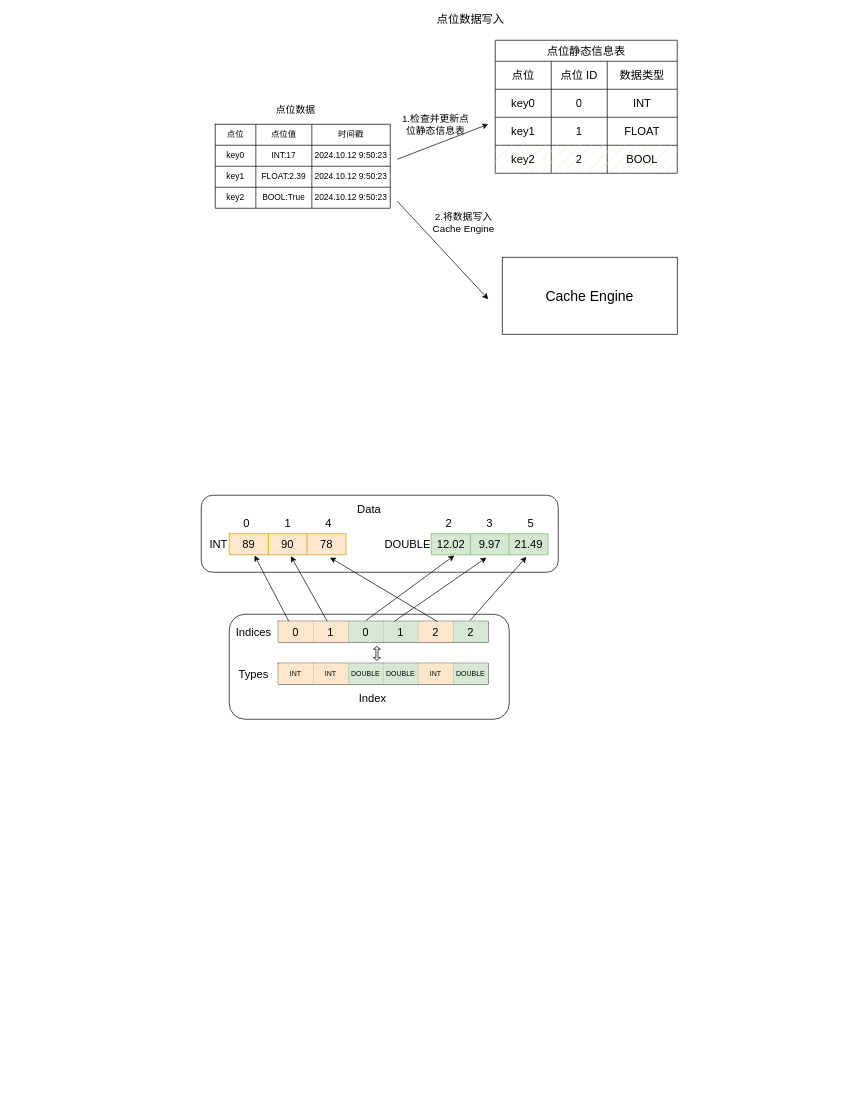
This is page "第 3 页" (3 of 3) of vectorDB.drawio from yeqiyi/drawIO, a draw.io file, before an edit. Source tidied: cells renumbered, new cells numbered last; positions are measured from the earlier drawing's top-left corner, leaving out a move shared by most shapes. Both pictures are drawn from the tidied source at 70%, with x=0, y=0 at pixel (201, 12).
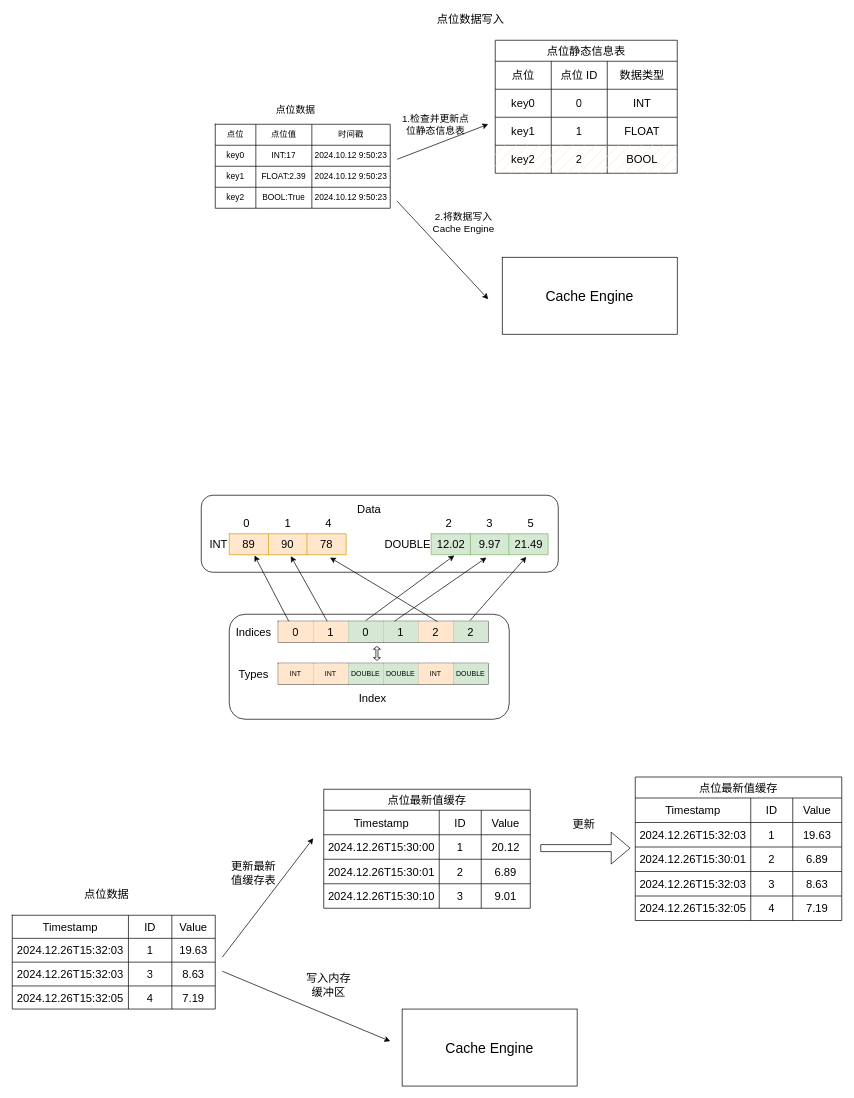
After the change.

Diff of the diagram source:
```diff
@@
+    <mxCell id="91" value="点位最新值缓存" style="shape=table;startSize=30;childLayout=tableLayout;strokeColor=default;fontSize=16;" parent="1" vertex="1">
+      <mxGeometry x="175" y="1110" width="295" height="170" as="geometry" />
+    </mxCell>
+    <mxCell id="92" style="shape=tableRow;horizontal=0;startSize=0;swimlaneHead=0;swimlaneBody=0;strokeColor=inherit;top=0;left=0;bottom=0;right=0;fillColor=none;fontSize=16;" parent="91" vertex="1">
+      <mxGeometry y="30" width="295" height="35" as="geometry" />
+    </mxCell>
+    <mxCell id="93" value="Timestamp" style="shape=partialRectangle;html=1;whiteSpace=wrap;strokeColor=inherit;overflow=hidden;fillColor=none;top=0;left=0;bottom=0;right=0;fontSize=16;" parent="92" vertex="1">
+      <mxGeometry width="165" height="35" as="geometry" />
+    </mxCell>
+    <mxCell id="94" value="ID" style="shape=partialRectangle;html=1;whiteSpace=wrap;strokeColor=inherit;overflow=hidden;fillColor=none;top=0;left=0;bottom=0;right=0;fontSize=16;" parent="92" vertex="1">
+      <mxGeometry x="165" width="60" height="35" as="geometry" />
+    </mxCell>
+    <mxCell id="95" value="Value" style="shape=partialRectangle;html=1;whiteSpace=wrap;strokeColor=inherit;overflow=hidden;fillColor=none;top=0;left=0;bottom=0;right=0;fontSize=16;" parent="92" vertex="1">
+      <mxGeometry x="225" width="70" height="35" as="geometry" />
+    </mxCell>
+    <mxCell id="96" style="shape=tableRow;horizontal=0;startSize=0;swimlaneHead=0;swimlaneBody=0;strokeColor=inherit;top=0;left=0;bottom=0;right=0;fillColor=none;fontSize=16;" parent="91" vertex="1">
+      <mxGeometry y="65" width="295" height="35" as="geometry" />
+    </mxCell>
+    <mxCell id="97" value="2024.12.26T15:30:00" style="shape=partialRectangle;html=1;whiteSpace=wrap;strokeColor=inherit;overflow=hidden;fillColor=none;top=0;left=0;bottom=0;right=0;fontSize=16;" parent="96" vertex="1">
+      <mxGeometry width="165" height="35" as="geometry" />
+    </mxCell>
+    <mxCell id="98" value="1" style="shape=partialRectangle;html=1;whiteSpace=wrap;strokeColor=inherit;overflow=hidden;fillColor=none;top=0;left=0;bottom=0;right=0;fontSize=16;" parent="96" vertex="1">
+      <mxGeometry x="165" width="60" height="35" as="geometry" />
+    </mxCell>
+    <mxCell id="99" value="20.12" style="shape=partialRectangle;html=1;whiteSpace=wrap;strokeColor=inherit;overflow=hidden;fillColor=none;top=0;left=0;bottom=0;right=0;fontSize=16;" parent="96" vertex="1">
+      <mxGeometry x="225" width="70" height="35" as="geometry" />
+    </mxCell>
+    <mxCell id="100" style="shape=tableRow;horizontal=0;startSize=0;swimlaneHead=0;swimlaneBody=0;strokeColor=inherit;top=0;left=0;bottom=0;right=0;fillColor=none;fontSize=16;" parent="91" vertex="1">
+      <mxGeometry y="100" width="295" height="35" as="geometry" />
+    </mxCell>
+    <mxCell id="101" value="2024.12.26T15:30:01" style="shape=partialRectangle;html=1;whiteSpace=wrap;strokeColor=inherit;overflow=hidden;fillColor=none;top=0;left=0;bottom=0;right=0;fontSize=16;" parent="100" vertex="1">
+      <mxGeometry width="165" height="35" as="geometry" />
+    </mxCell>
+    <mxCell id="102" value="2" style="shape=partialRectangle;html=1;whiteSpace=wrap;strokeColor=inherit;overflow=hidden;fillColor=none;top=0;left=0;bottom=0;right=0;fontSize=16;" parent="100" vertex="1">
+      <mxGeometry x="165" width="60" height="35" as="geometry" />
+    </mxCell>
+    <mxCell id="103" value="6.89" style="shape=partialRectangle;html=1;whiteSpace=wrap;strokeColor=inherit;overflow=hidden;fillColor=none;top=0;left=0;bottom=0;right=0;fontSize=16;" parent="100" vertex="1">
+      <mxGeometry x="225" width="70" height="35" as="geometry" />
+    </mxCell>
+    <mxCell id="104" style="shape=tableRow;horizontal=0;startSize=0;swimlaneHead=0;swimlaneBody=0;strokeColor=inherit;top=0;left=0;bottom=0;right=0;fillColor=none;fontSize=16;" parent="91" vertex="1">
+      <mxGeometry y="135" width="295" height="35" as="geometry" />
+    </mxCell>
+    <mxCell id="105" value="2024.12.26T15:30:10" style="shape=partialRectangle;html=1;whiteSpace=wrap;strokeColor=inherit;overflow=hidden;fillColor=none;top=0;left=0;bottom=0;right=0;fontSize=16;" parent="104" vertex="1">
+      <mxGeometry width="165" height="35" as="geometry" />
+    </mxCell>
+    <mxCell id="106" value="3" style="shape=partialRectangle;html=1;whiteSpace=wrap;strokeColor=inherit;overflow=hidden;fillColor=none;top=0;left=0;bottom=0;right=0;fontSize=16;" parent="104" vertex="1">
+      <mxGeometry x="165" width="60" height="35" as="geometry" />
+    </mxCell>
+    <mxCell id="107" value="9.01" style="shape=partialRectangle;html=1;whiteSpace=wrap;strokeColor=inherit;overflow=hidden;fillColor=none;top=0;left=0;bottom=0;right=0;fontSize=16;" parent="104" vertex="1">
+      <mxGeometry x="225" width="70" height="35" as="geometry" />
+    </mxCell>
+    <mxCell id="108" style="shape=table;startSize=0;childLayout=tableLayout;fontSize=16;" parent="1" vertex="1">
+      <mxGeometry x="-270" y="1290" width="290" height="134" as="geometry" />
+    </mxCell>
+    <mxCell id="109" style="shape=tableRow;horizontal=0;startSize=0;swimlaneHead=0;swimlaneBody=0;strokeColor=inherit;top=0;left=0;bottom=0;right=0;fillColor=none;fontSize=16;" parent="108" vertex="1">
+      <mxGeometry width="290" height="33" as="geometry" />
+    </mxCell>
+    <mxCell id="110" value="Timestamp" style="shape=partialRectangle;html=1;whiteSpace=wrap;strokeColor=inherit;overflow=hidden;fillColor=none;top=0;left=0;bottom=0;right=0;fontSize=16;" parent="109" vertex="1">
+      <mxGeometry width="166" height="33" as="geometry" />
+    </mxCell>
+    <mxCell id="111" value="ID" style="shape=partialRectangle;html=1;whiteSpace=wrap;strokeColor=inherit;overflow=hidden;fillColor=none;top=0;left=0;bottom=0;right=0;fontSize=16;" parent="109" vertex="1">
+      <mxGeometry x="166" width="62" height="33" as="geometry" />
+    </mxCell>
+    <mxCell id="112" value="Value" style="shape=partialRectangle;html=1;whiteSpace=wrap;strokeColor=inherit;overflow=hidden;fillColor=none;top=0;left=0;bottom=0;right=0;fontSize=16;" parent="109" vertex="1">
+      <mxGeometry x="228" width="62" height="33" as="geometry" />
+    </mxCell>
+    <mxCell id="113" style="shape=tableRow;horizontal=0;startSize=0;swimlaneHead=0;swimlaneBody=0;strokeColor=inherit;top=0;left=0;bottom=0;right=0;fillColor=none;fontSize=16;" parent="108" vertex="1">
+      <mxGeometry y="33" width="290" height="34" as="geometry" />
+    </mxCell>
+    <mxCell id="114" value="2024.12.26T15:32:03" style="shape=partialRectangle;html=1;whiteSpace=wrap;strokeColor=inherit;overflow=hidden;fillColor=none;top=0;left=0;bottom=0;right=0;fontSize=16;" parent="113" vertex="1">
+      <mxGeometry width="166" height="34" as="geometry" />
+    </mxCell>
+    <mxCell id="115" value="1" style="shape=partialRectangle;html=1;whiteSpace=wrap;strokeColor=inherit;overflow=hidden;fillColor=none;top=0;left=0;bottom=0;right=0;fontSize=16;" parent="113" vertex="1">
+      <mxGeometry x="166" width="62" height="34" as="geometry" />
+    </mxCell>
+    <mxCell id="116" value="19.63" style="shape=partialRectangle;html=1;whiteSpace=wrap;strokeColor=inherit;overflow=hidden;fillColor=none;top=0;left=0;bottom=0;right=0;fontSize=16;" parent="113" vertex="1">
+      <mxGeometry x="228" width="62" height="34" as="geometry" />
+    </mxCell>
+    <mxCell id="117" style="shape=tableRow;horizontal=0;startSize=0;swimlaneHead=0;swimlaneBody=0;strokeColor=inherit;top=0;left=0;bottom=0;right=0;fillColor=none;fontSize=16;" parent="108" vertex="1">
+      <mxGeometry y="67" width="290" height="34" as="geometry" />
+    </mxCell>
+    <mxCell id="118" value="2024.12.26T15:32:03" style="shape=partialRectangle;html=1;whiteSpace=wrap;strokeColor=inherit;overflow=hidden;fillColor=none;top=0;left=0;bottom=0;right=0;fontSize=16;" parent="117" vertex="1">
+      <mxGeometry width="166" height="34" as="geometry" />
+    </mxCell>
+    <mxCell id="119" value="3" style="shape=partialRectangle;html=1;whiteSpace=wrap;strokeColor=inherit;overflow=hidden;fillColor=none;top=0;left=0;bottom=0;right=0;fontSize=16;" parent="117" vertex="1">
+      <mxGeometry x="166" width="62" height="34" as="geometry" />
+    </mxCell>
+    <mxCell id="120" value="8.63" style="shape=partialRectangle;html=1;whiteSpace=wrap;strokeColor=inherit;overflow=hidden;fillColor=none;top=0;left=0;bottom=0;right=0;fontSize=16;" parent="117" vertex="1">
+      <mxGeometry x="228" width="62" height="34" as="geometry" />
+    </mxCell>
+    <mxCell id="121" style="shape=tableRow;horizontal=0;startSize=0;swimlaneHead=0;swimlaneBody=0;strokeColor=inherit;top=0;left=0;bottom=0;right=0;fillColor=none;fontSize=16;" parent="108" vertex="1">
+      <mxGeometry y="101" width="290" height="33" as="geometry" />
+    </mxCell>
+    <mxCell id="122" value="2024.12.26T15:32:05" style="shape=partialRectangle;html=1;whiteSpace=wrap;strokeColor=inherit;overflow=hidden;fillColor=none;top=0;left=0;bottom=0;right=0;fontSize=16;" parent="121" vertex="1">
+      <mxGeometry width="166" height="33" as="geometry" />
+    </mxCell>
+    <mxCell id="123" value="4" style="shape=partialRectangle;html=1;whiteSpace=wrap;strokeColor=inherit;overflow=hidden;fillColor=none;top=0;left=0;bottom=0;right=0;fontSize=16;" parent="121" vertex="1">
+      <mxGeometry x="166" width="62" height="33" as="geometry" />
+    </mxCell>
+    <mxCell id="124" value="7.19" style="shape=partialRectangle;html=1;whiteSpace=wrap;strokeColor=inherit;overflow=hidden;fillColor=none;top=0;left=0;bottom=0;right=0;fontSize=16;" parent="121" vertex="1">
+      <mxGeometry x="228" width="62" height="33" as="geometry" />
+    </mxCell>
+    <mxCell id="125" value="更新最新值缓存表" style="text;html=1;align=center;verticalAlign=middle;whiteSpace=wrap;rounded=0;fontSize=16;" parent="1" vertex="1">
+      <mxGeometry x="40" y="1220" width="70" height="20" as="geometry" />
+    </mxCell>
+    <mxCell id="126" style="shape=flexArrow;endArrow=classic;html=1;rounded=0;endWidth=34.54545454545454;endSize=8.636363636363635;" parent="1" edge="1">
+      <mxGeometry relative="1" as="geometry">
+        <mxPoint x="484.5" y="1194.1" as="sourcePoint" />
+        <mxPoint x="613.1" y="1194.1" as="targetPoint" />
+      </mxGeometry>
+    </mxCell>
+    <mxCell id="127" style="endArrow=classic;html=1;rounded=0;" parent="1" edge="1">
+      <mxGeometry relative="1" as="geometry">
+        <mxPoint x="30" y="1350" as="sourcePoint" />
+        <mxPoint x="160" y="1180" as="targetPoint" />
+      </mxGeometry>
+    </mxCell>
+    <mxCell id="128" value="更新" style="text;html=1;align=center;verticalAlign=middle;whiteSpace=wrap;rounded=0;fontSize=16;" parent="1" vertex="1">
+      <mxGeometry x="510" y="1150" width="74" height="20" as="geometry" />
+    </mxCell>
+    <mxCell id="129" value="点位最新值缓存" style="shape=table;startSize=30;childLayout=tableLayout;strokeColor=default;fontSize=16;" parent="1" vertex="1">
+      <mxGeometry x="620" y="1092.5" width="295" height="205" as="geometry" />
+    </mxCell>
+    <mxCell id="130" style="shape=tableRow;horizontal=0;startSize=0;swimlaneHead=0;swimlaneBody=0;strokeColor=inherit;top=0;left=0;bottom=0;right=0;fillColor=none;fontSize=16;" parent="129" vertex="1">
+      <mxGeometry y="30" width="295" height="35" as="geometry" />
+    </mxCell>
+    <mxCell id="131" value="Timestamp" style="shape=partialRectangle;html=1;whiteSpace=wrap;strokeColor=inherit;overflow=hidden;fillColor=none;top=0;left=0;bottom=0;right=0;fontSize=16;" parent="130" vertex="1">
+      <mxGeometry width="165" height="35" as="geometry" />
+    </mxCell>
+    <mxCell id="132" value="ID" style="shape=partialRectangle;html=1;whiteSpace=wrap;strokeColor=inherit;overflow=hidden;fillColor=none;top=0;left=0;bottom=0;right=0;fontSize=16;" parent="130" vertex="1">
+      <mxGeometry x="165" width="60" height="35" as="geometry" />
+    </mxCell>
+    <mxCell id="133" value="Value" style="shape=partialRectangle;html=1;whiteSpace=wrap;strokeColor=inherit;overflow=hidden;fillColor=none;top=0;left=0;bottom=0;right=0;fontSize=16;" parent="130" vertex="1">
+      <mxGeometry x="225" width="70" height="35" as="geometry" />
+    </mxCell>
+    <mxCell id="134" style="shape=tableRow;horizontal=0;startSize=0;swimlaneHead=0;swimlaneBody=0;strokeColor=inherit;top=0;left=0;bottom=0;right=0;fillColor=none;fontSize=16;" parent="129" vertex="1">
+      <mxGeometry y="65" width="295" height="35" as="geometry" />
+    </mxCell>
+    <mxCell id="135" value="2024.12.26T15:32:03" style="shape=partialRectangle;html=1;whiteSpace=wrap;strokeColor=inherit;overflow=hidden;fillColor=none;top=0;left=0;bottom=0;right=0;fontSize=16;" parent="134" vertex="1">
+      <mxGeometry width="165" height="35" as="geometry" />
+    </mxCell>
+    <mxCell id="136" value="1" style="shape=partialRectangle;html=1;whiteSpace=wrap;strokeColor=inherit;overflow=hidden;fillColor=none;top=0;left=0;bottom=0;right=0;fontSize=16;" parent="134" vertex="1">
+      <mxGeometry x="165" width="60" height="35" as="geometry" />
+    </mxCell>
+    <mxCell id="137" value="19.63" style="shape=partialRectangle;html=1;whiteSpace=wrap;strokeColor=inherit;overflow=hidden;fillColor=none;top=0;left=0;bottom=0;right=0;fontSize=16;" parent="134" vertex="1">
+      <mxGeometry x="225" width="70" height="35" as="geometry" />
+    </mxCell>
+    <mxCell id="138" style="shape=tableRow;horizontal=0;startSize=0;swimlaneHead=0;swimlaneBody=0;strokeColor=inherit;top=0;left=0;bottom=0;right=0;fillColor=none;fontSize=16;" parent="129" vertex="1">
+      <mxGeometry y="100" width="295" height="35" as="geometry" />
+    </mxCell>
+    <mxCell id="139" value="2024.12.26T15:30:01" style="shape=partialRectangle;html=1;whiteSpace=wrap;strokeColor=inherit;overflow=hidden;fillColor=none;top=0;left=0;bottom=0;right=0;fontSize=16;" parent="138" vertex="1">
+      <mxGeometry width="165" height="35" as="geometry" />
+    </mxCell>
+    <mxCell id="140" value="2" style="shape=partialRectangle;html=1;whiteSpace=wrap;strokeColor=inherit;overflow=hidden;fillColor=none;top=0;left=0;bottom=0;right=0;fontSize=16;" parent="138" vertex="1">
+      <mxGeometry x="165" width="60" height="35" as="geometry" />
+    </mxCell>
+    <mxCell id="141" value="6.89" style="shape=partialRectangle;html=1;whiteSpace=wrap;strokeColor=inherit;overflow=hidden;fillColor=none;top=0;left=0;bottom=0;right=0;fontSize=16;" parent="138" vertex="1">
+      <mxGeometry x="225" width="70" height="35" as="geometry" />
+    </mxCell>
+    <mxCell id="142" style="shape=tableRow;horizontal=0;startSize=0;swimlaneHead=0;swimlaneBody=0;strokeColor=inherit;top=0;left=0;bottom=0;right=0;fillColor=none;fontSize=16;" parent="129" vertex="1">
+      <mxGeometry y="135" width="295" height="35" as="geometry" />
+    </mxCell>
+    <mxCell id="143" value="2024.12.26T15:32:03" style="shape=partialRectangle;html=1;whiteSpace=wrap;strokeColor=inherit;overflow=hidden;fillColor=none;top=0;left=0;bottom=0;right=0;fontSize=16;" parent="142" vertex="1">
+      <mxGeometry width="165" height="35" as="geometry" />
+    </mxCell>
+    <mxCell id="144" value="3" style="shape=partialRectangle;html=1;whiteSpace=wrap;strokeColor=inherit;overflow=hidden;fillColor=none;top=0;left=0;bottom=0;right=0;fontSize=16;" parent="142" vertex="1">
+      <mxGeometry x="165" width="60" height="35" as="geometry" />
+    </mxCell>
+    <mxCell id="145" value="8.63" style="shape=partialRectangle;html=1;whiteSpace=wrap;strokeColor=inherit;overflow=hidden;fillColor=none;top=0;left=0;bottom=0;right=0;fontSize=16;" parent="142" vertex="1">
+      <mxGeometry x="225" width="70" height="35" as="geometry" />
+    </mxCell>
+    <mxCell id="146" style="shape=tableRow;horizontal=0;startSize=0;swimlaneHead=0;swimlaneBody=0;strokeColor=inherit;top=0;left=0;bottom=0;right=0;fillColor=none;fontSize=16;" parent="129" vertex="1">
+      <mxGeometry y="170" width="295" height="35" as="geometry" />
+    </mxCell>
+    <mxCell id="147" value="2024.12.26T15:32:05" style="shape=partialRectangle;html=1;whiteSpace=wrap;strokeColor=inherit;overflow=hidden;fillColor=none;top=0;left=0;bottom=0;right=0;fontSize=16;" parent="146" vertex="1">
+      <mxGeometry width="165" height="35" as="geometry" />
+    </mxCell>
+    <mxCell id="148" value="4" style="shape=partialRectangle;html=1;whiteSpace=wrap;strokeColor=inherit;overflow=hidden;fillColor=none;top=0;left=0;bottom=0;right=0;fontSize=16;" parent="146" vertex="1">
+      <mxGeometry x="165" width="60" height="35" as="geometry" />
+    </mxCell>
+    <mxCell id="149" value="7.19" style="shape=partialRectangle;html=1;whiteSpace=wrap;strokeColor=inherit;overflow=hidden;fillColor=none;top=0;left=0;bottom=0;right=0;fontSize=16;" parent="146" vertex="1">
+      <mxGeometry x="225" width="70" height="35" as="geometry" />
+    </mxCell>
+    <mxCell id="150" style="endArrow=classic;html=1;rounded=0;" parent="1" edge="1">
+      <mxGeometry relative="1" as="geometry">
+        <mxPoint x="30" y="1370" as="sourcePoint" />
+        <mxPoint x="270" y="1470" as="targetPoint" />
+      </mxGeometry>
+    </mxCell>
+    <mxCell id="151" value="写入内存缓冲区" style="text;html=1;align=center;verticalAlign=middle;whiteSpace=wrap;rounded=0;fontSize=16;" parent="1" vertex="1">
+      <mxGeometry x="147" y="1380" width="70" height="20" as="geometry" />
+    </mxCell>
+    <mxCell id="152" value="&lt;font&gt;Cache Engine&lt;/font&gt;" style="rounded=0;whiteSpace=wrap;html=1;fontSize=20;" parent="1" vertex="1">
+      <mxGeometry x="287" y="1424" width="250" height="110" as="geometry" />
+    </mxCell>
+    <mxCell id="153" value="点位数据" style="text;html=1;align=center;verticalAlign=middle;whiteSpace=wrap;rounded=0;fontSize=16;" parent="1" vertex="1">
+      <mxGeometry x="-170" y="1250" width="70" height="20" as="geometry" />
+    </mxCell>
```
